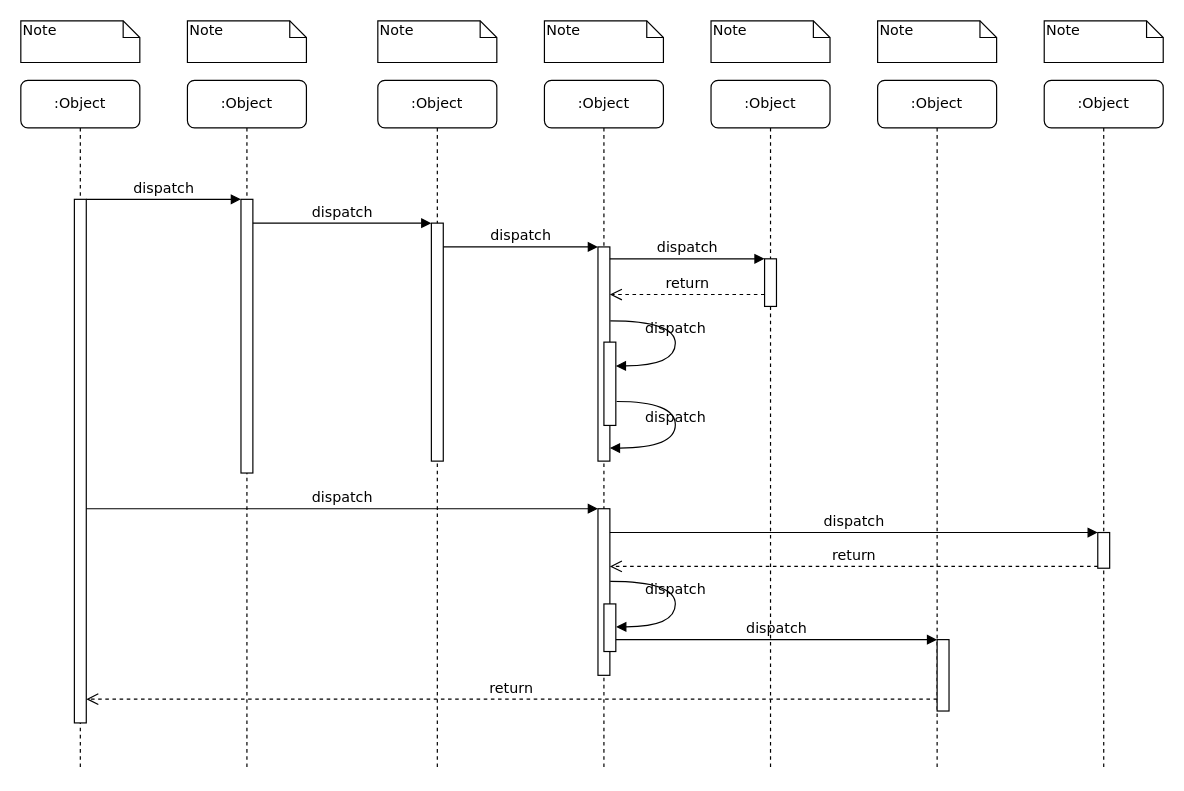
The draw.io diagram 服务引用序列图.drawio in GeorgeWu19/MyRep, before the edit. Source tidied: cells renumbered, new cells numbered last; positions are measured from the earlier drawing's top-left corner, leaving out a move shared by most shapes. Both pictures are drawn from the tidied source at 119%, with x=0, y=0 at pixel (20, 20).
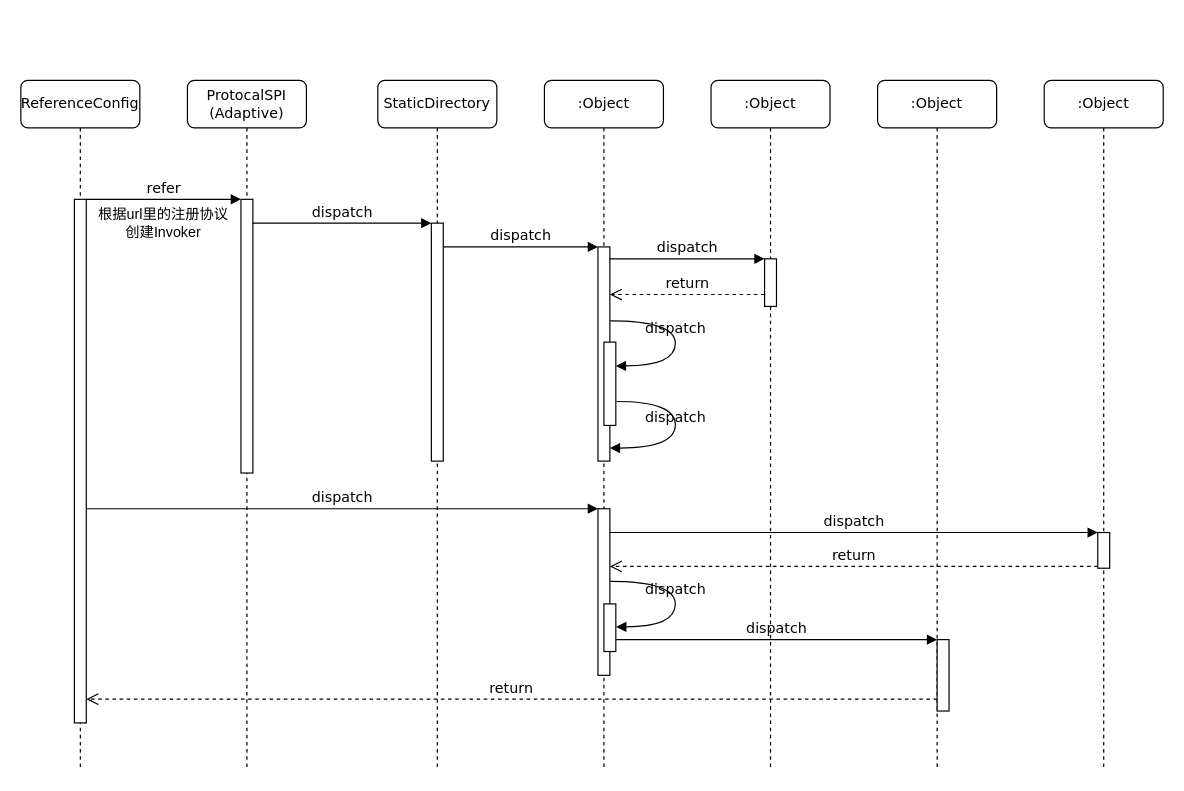
The same page after the edit.

Commit message:
更新服务引用序列图.drawio

The change refers to these unchanged cells:
```xml
<mxCell id="3" style="html=1;points=[];perimeter=orthogonalPerimeter;rounded=0;shadow=0;comic=0;labelBackgroundColor=none;strokeWidth=1;fontFamily=Verdana;fontSize=12;align=center;" parent="2" vertex="1">
  <mxGeometry x="45" y="100" width="10" height="230" as="geometry" />
</mxCell>
<mxCell id="11" style="html=1;points=[];perimeter=orthogonalPerimeter;rounded=0;shadow=0;comic=0;labelBackgroundColor=none;strokeWidth=1;fontFamily=Verdana;fontSize=12;align=center;" parent="10" vertex="1">
  <mxGeometry x="45" y="100" width="10" height="440" as="geometry" />
</mxCell>
```

Diff of the diagram source:
```diff
@@
-    <mxCell id="2" value=":Object" style="shape=umlLifeline;perimeter=lifelinePerimeter;whiteSpace=wrap;html=1;rounded=1;shadow=0;comic=0;labelBackgroundColor=none;strokeWidth=1;fontFamily=Verdana;fontSize=12;align=center;" parent="1" vertex="1">
+    <mxCell id="2" value="ProtocalSPI&lt;br&gt;(Adaptive)" style="shape=umlLifeline;perimeter=lifelinePerimeter;whiteSpace=wrap;html=1;rounded=1;shadow=0;comic=0;labelBackgroundColor=none;strokeWidth=1;fontFamily=Verdana;fontSize=12;align=center;" parent="1" vertex="1">
       <mxGeometry x="140" y="50" width="100" height="580" as="geometry" />
     </mxCell>
@@
-    <mxCell id="4" value=":Object" style="shape=umlLifeline;perimeter=lifelinePerimeter;whiteSpace=wrap;html=1;rounded=1;shadow=0;comic=0;labelBackgroundColor=none;strokeWidth=1;fontFamily=Verdana;fontSize=12;align=center;" parent="1" vertex="1">
+    <mxCell id="4" value="StaticDirectory" style="shape=umlLifeline;perimeter=lifelinePerimeter;whiteSpace=wrap;html=1;rounded=1;shadow=0;comic=0;labelBackgroundColor=none;strokeWidth=1;fontFamily=Verdana;fontSize=12;align=center;" parent="1" vertex="1">
       <mxGeometry x="300" y="50" width="100" height="580" as="geometry" />
     </mxCell>
@@
-    <mxCell id="10" value=":Object" style="shape=umlLifeline;perimeter=lifelinePerimeter;whiteSpace=wrap;html=1;rounded=1;shadow=0;comic=0;labelBackgroundColor=none;strokeWidth=1;fontFamily=Verdana;fontSize=12;align=center;" parent="1" vertex="1">
+    <mxCell id="10" value="ReferenceConfig" style="shape=umlLifeline;perimeter=lifelinePerimeter;whiteSpace=wrap;html=1;rounded=1;shadow=0;comic=0;labelBackgroundColor=none;strokeWidth=1;fontFamily=Verdana;fontSize=12;align=center;" parent="1" vertex="1">
       <mxGeometry y="50" width="100" height="580" as="geometry" />
     </mxCell>
@@
-    <mxCell id="25" value="dispatch" style="html=1;verticalAlign=bottom;endArrow=block;entryX=0;entryY=0;labelBackgroundColor=none;fontFamily=Verdana;fontSize=12;edgeStyle=elbowEdgeStyle;elbow=vertical;" parent="1" edge="1" source="11" target="3">
+    <mxCell id="25" value="refer" style="html=1;verticalAlign=bottom;endArrow=block;entryX=0;entryY=0;labelBackgroundColor=none;fontFamily=Verdana;fontSize=12;edgeStyle=elbowEdgeStyle;elbow=vertical;" parent="1" edge="1" source="11" target="3">
       <mxGeometry relative="1" as="geometry" />
     </mxCell>
@@
-    <mxCell id="32" value="Note" style="shape=note;whiteSpace=wrap;html=1;size=14;verticalAlign=top;align=left;spacingTop=-6;rounded=0;shadow=0;comic=0;labelBackgroundColor=none;strokeWidth=1;fontFamily=Verdana;fontSize=12;" parent="1" vertex="1">
-      <mxGeometry width="100" height="35" as="geometry" />
-    </mxCell>
-    <mxCell id="33" value="Note" style="shape=note;whiteSpace=wrap;html=1;size=14;verticalAlign=top;align=left;spacingTop=-6;rounded=0;shadow=0;comic=0;labelBackgroundColor=none;strokeWidth=1;fontFamily=Verdana;fontSize=12;" parent="1" vertex="1">
-      <mxGeometry x="140" width="100" height="35" as="geometry" />
-    </mxCell>
-    <mxCell id="34" value="Note" style="shape=note;whiteSpace=wrap;html=1;size=14;verticalAlign=top;align=left;spacingTop=-6;rounded=0;shadow=0;comic=0;labelBackgroundColor=none;strokeWidth=1;fontFamily=Verdana;fontSize=12;" parent="1" vertex="1">
-      <mxGeometry x="300" width="100" height="35" as="geometry" />
-    </mxCell>
-    <mxCell id="35" value="Note" style="shape=note;whiteSpace=wrap;html=1;size=14;verticalAlign=top;align=left;spacingTop=-6;rounded=0;shadow=0;comic=0;labelBackgroundColor=none;strokeWidth=1;fontFamily=Verdana;fontSize=12;" parent="1" vertex="1">
-      <mxGeometry x="440" width="100" height="35" as="geometry" />
-    </mxCell>
-    <mxCell id="36" value="Note" style="shape=note;whiteSpace=wrap;html=1;size=14;verticalAlign=top;align=left;spacingTop=-6;rounded=0;shadow=0;comic=0;labelBackgroundColor=none;strokeWidth=1;fontFamily=Verdana;fontSize=12;" parent="1" vertex="1">
-      <mxGeometry x="580" width="100" height="35" as="geometry" />
-    </mxCell>
-    <mxCell id="37" value="Note" style="shape=note;whiteSpace=wrap;html=1;size=14;verticalAlign=top;align=left;spacingTop=-6;rounded=0;shadow=0;comic=0;labelBackgroundColor=none;strokeWidth=1;fontFamily=Verdana;fontSize=12;" parent="1" vertex="1">
-      <mxGeometry x="720" width="100" height="35" as="geometry" />
-    </mxCell>
-    <mxCell id="38" value="Note" style="shape=note;whiteSpace=wrap;html=1;size=14;verticalAlign=top;align=left;spacingTop=-6;rounded=0;shadow=0;comic=0;labelBackgroundColor=none;strokeWidth=1;fontFamily=Verdana;fontSize=12;" parent="1" vertex="1">
-      <mxGeometry x="860" width="100" height="35" as="geometry" />
-    </mxCell>
+    <mxCell id="39" value="根据url里的注册协议创建Invoker" style="text;html=1;strokeColor=none;fillColor=none;align=center;verticalAlign=middle;whiteSpace=wrap;rounded=0;" parent="1" vertex="1">
+      <mxGeometry x="60" y="150" width="120" height="40" as="geometry" />
+    </mxCell>
```
